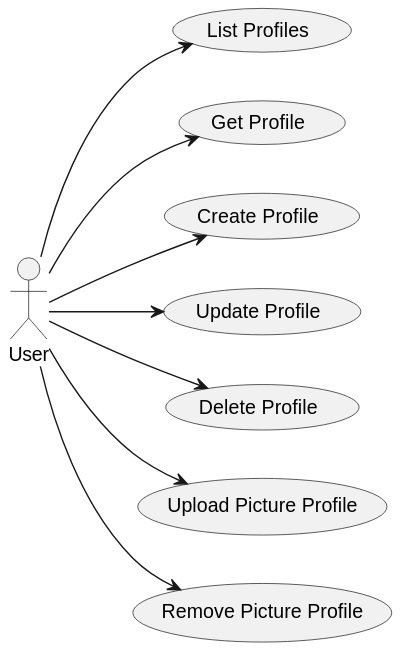
xiillii/ApiProfiles keeps this PlantUML diagram as docs/out/usecases/use-cases.svg. Above is the earlier version. Source of this version:
```plantuml
@startuml use-cases

left to right direction

actor User as a1
usecase "List Profiles" as uc1
usecase "Get Profile" as uc2
usecase "Create Profile" as uc3
usecase "Update Profile" as uc4
usecase "Delete Profile" as uc5
usecase "Upload Picture Profile" as uc6
usecase "Remove Picture Profile" as uc7

a1 --> uc1
a1 --> uc2
a1 --> uc3
a1 --> uc4
a1 --> uc5
a1 --> uc6
a1 --> uc7

@enduml
```
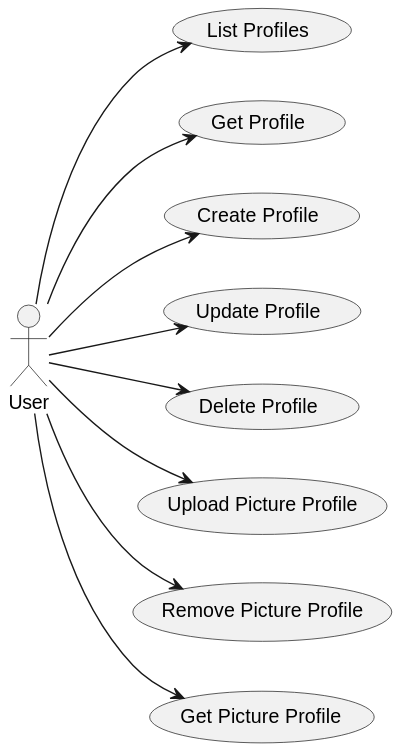
Above is the later version.

Commit message:
Update Use Cases. Add a Get Picture Profile Case

Change to the diagram source:
```diff
@@ -10,6 +10,7 @@
 usecase "Delete Profile" as uc5
 usecase "Upload Picture Profile" as uc6
 usecase "Remove Picture Profile" as uc7
+usecase "Get Picture Profile" as uc8
 
 a1 --> uc1
 a1 --> uc2
@@ -18,5 +19,6 @@
 a1 --> uc5
 a1 --> uc6
 a1 --> uc7
+a1 --> uc8
 
 @enduml
```
